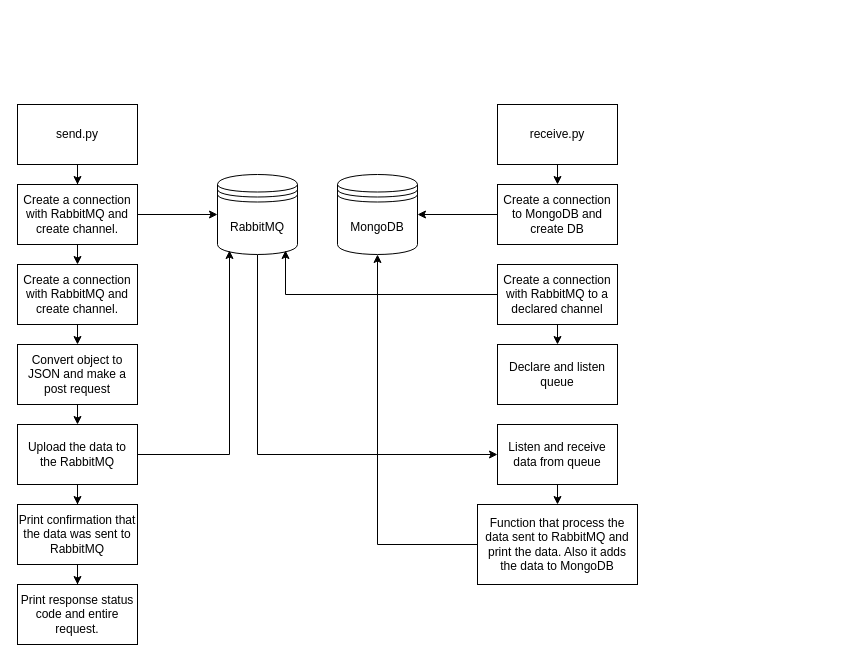
The draw.io diagram docs/docs.drawio in KDworakowski/3app, before the edit. Source tidied: cells renumbered, new cells numbered last; positions are measured from the earlier drawing's top-left corner, leaving out a move shared by most shapes. Both pictures are drawn from the tidied source at 100%, with x=0, y=0 at pixel (17, 104).
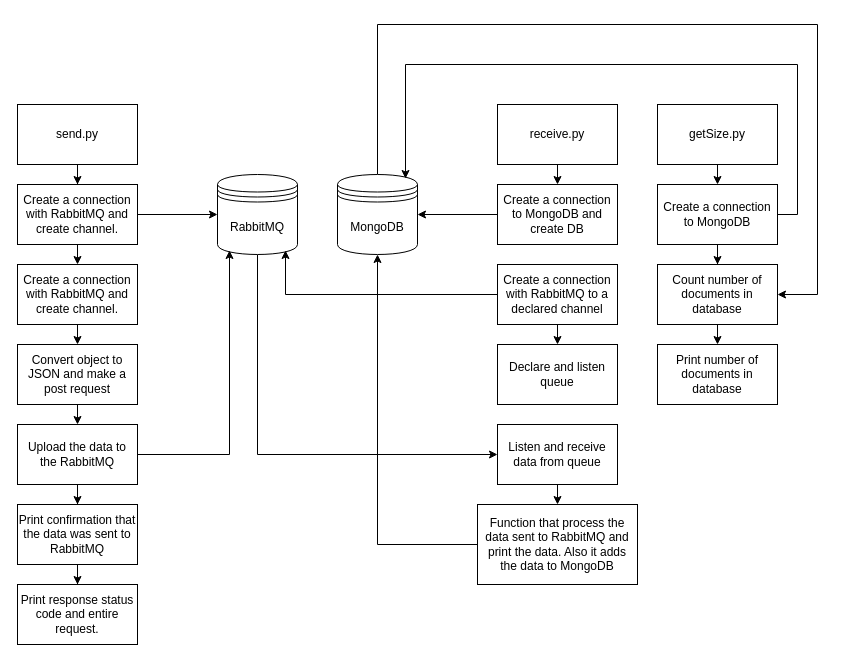
The same page after the edit.

The change refers to these unchanged cells:
```xml
<mxCell id="4" value="MongoDB" style="shape=datastore;whiteSpace=wrap;html=1;" parent="1" vertex="1">
  <mxGeometry x="320" y="70" width="80" height="80" as="geometry" />
</mxCell>
```

What changed in the source:
```diff
@@
+    <mxCell id="33" style="edgeStyle=orthogonalEdgeStyle;rounded=0;jettySize=auto;html=1;exitX=0.5;exitY=0;exitDx=0;exitDy=0;entryX=1;entryY=0.5;entryDx=0;entryDy=0;" parent="1" edge="1" source="4" target="40">
+      <mxGeometry relative="1" as="geometry">
+        <Array as="points">
+          <mxPoint x="360" y="-80" />
+          <mxPoint x="800" y="-80" />
+          <mxPoint x="800" y="190" />
+        </Array>
+      </mxGeometry>
+    </mxCell>
@@
+    <mxCell id="34" style="edgeStyle=orthogonalEdgeStyle;rounded=0;jettySize=auto;html=1;exitX=0.5;exitY=1;exitDx=0;exitDy=0;entryX=0.5;entryY=0;entryDx=0;entryDy=0;" parent="1" edge="1" source="35" target="38">
+      <mxGeometry relative="1" as="geometry" />
+    </mxCell>
+    <mxCell id="35" value="getSize.py" style="rounded=0;whiteSpace=wrap;html=1;" parent="1" vertex="1">
+      <mxGeometry x="640" width="120" height="60" as="geometry" />
+    </mxCell>
+    <mxCell id="36" style="edgeStyle=orthogonalEdgeStyle;rounded=0;jettySize=auto;html=1;exitX=1;exitY=0.5;exitDx=0;exitDy=0;entryX=0.85;entryY=0.05;entryDx=0;entryDy=0;entryPerimeter=0;" parent="1" edge="1" source="38" target="4">
+      <mxGeometry relative="1" as="geometry">
+        <Array as="points">
+          <mxPoint x="780" y="110" />
+          <mxPoint x="780" y="-40" />
+          <mxPoint x="388" y="-40" />
+        </Array>
+      </mxGeometry>
+    </mxCell>
+    <mxCell id="37" style="edgeStyle=orthogonalEdgeStyle;rounded=0;jettySize=auto;html=1;exitX=0.5;exitY=1;exitDx=0;exitDy=0;" parent="1" edge="1" source="38" target="40">
+      <mxGeometry relative="1" as="geometry" />
+    </mxCell>
+    <mxCell id="38" value="Create a connection to MongoDB" style="rounded=0;whiteSpace=wrap;html=1;" parent="1" vertex="1">
+      <mxGeometry x="640" y="80" width="120" height="60" as="geometry" />
+    </mxCell>
+    <mxCell id="39" style="edgeStyle=orthogonalEdgeStyle;rounded=0;jettySize=auto;html=1;exitX=0.5;exitY=1;exitDx=0;exitDy=0;entryX=0.5;entryY=0;entryDx=0;entryDy=0;" parent="1" edge="1" source="40" target="41">
+      <mxGeometry relative="1" as="geometry" />
+    </mxCell>
+    <mxCell id="40" value="Count number of documents in database" style="rounded=0;whiteSpace=wrap;html=1;" parent="1" vertex="1">
+      <mxGeometry x="640" y="160" width="120" height="60" as="geometry" />
+    </mxCell>
+    <mxCell id="41" value="Print number of documents in database" style="rounded=0;whiteSpace=wrap;html=1;" parent="1" vertex="1">
+      <mxGeometry x="640" y="240" width="120" height="60" as="geometry" />
+    </mxCell>
```
